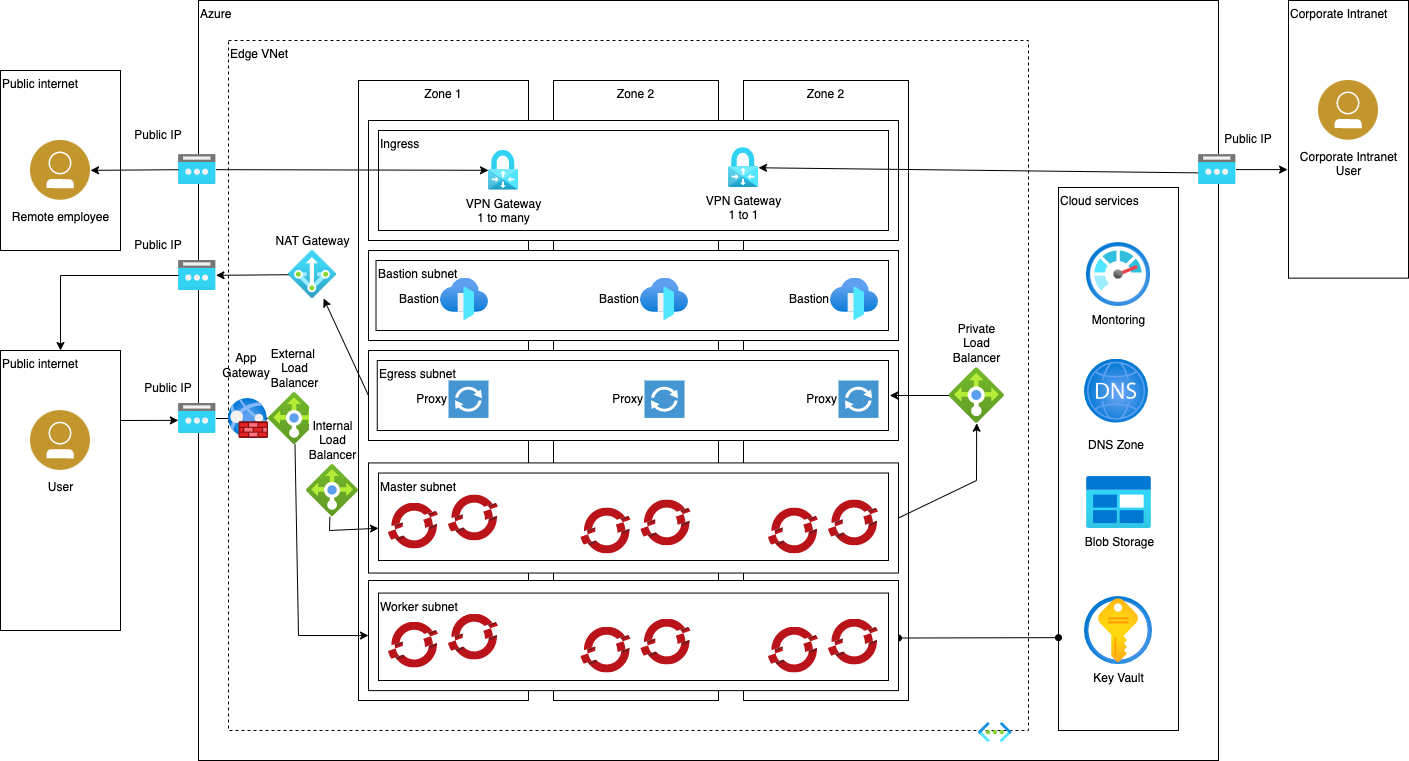
The draw.io diagram architectures/azure/azure-ref-arch-standard.png in cloud-native-toolkit/automation-solutions, before a commit. Source tidied: cells renumbered, new cells last; positions are measured from the earlier drawing's top-left corner, leaving out a move shared by most shapes.
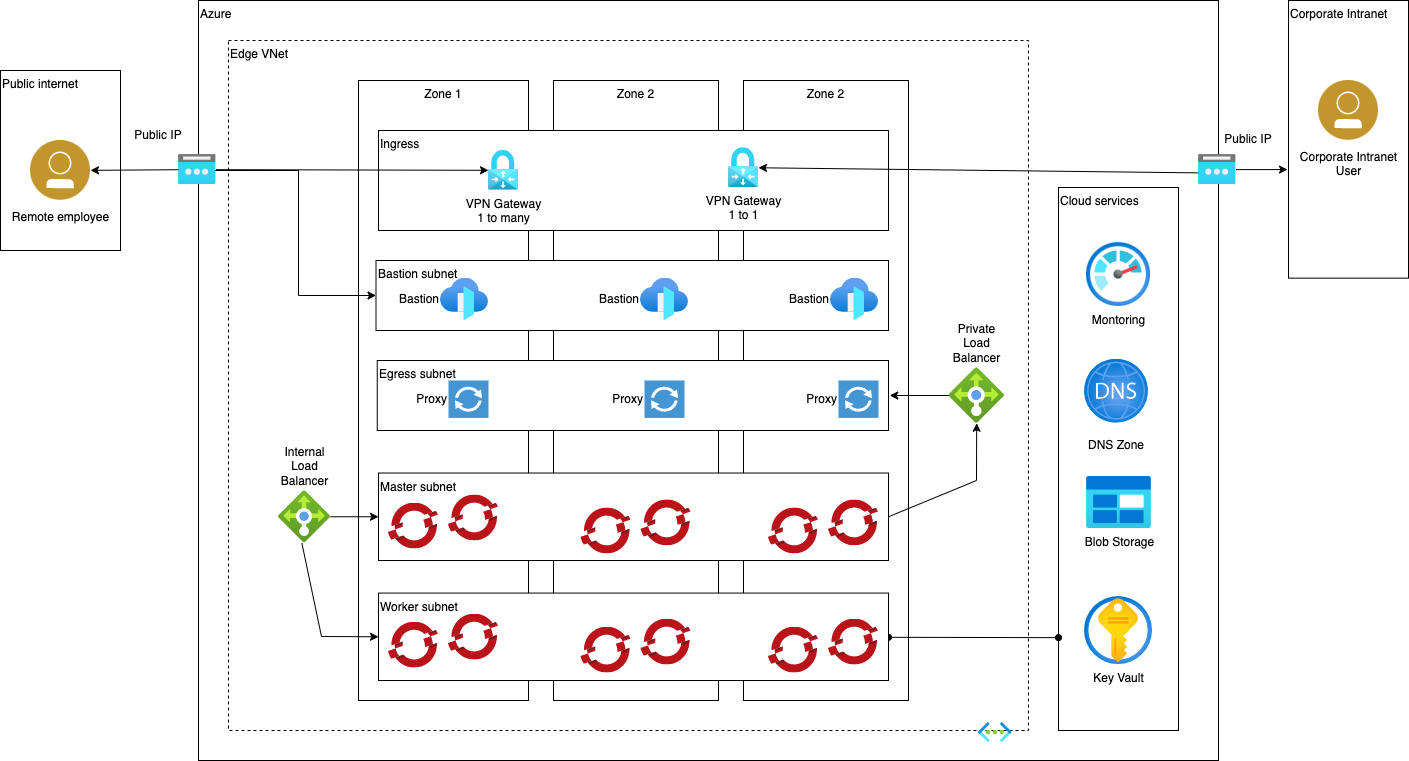
After the commit.

What changed in the source:
```diff
@@ -20,18 +20,12 @@
     <mxCell id="7" value="Zone 2" style="rounded=0;whiteSpace=wrap;html=1;align=center;verticalAlign=top;" parent="1" vertex="1">
       <mxGeometry x="743" y="80" width="165" height="620" as="geometry" />
     </mxCell>
-    <mxCell id="8" style="rounded=0;whiteSpace=wrap;html=1;align=left;verticalAlign=top;" parent="1" vertex="1">
-      <mxGeometry x="368" y="120" width="530" height="120" as="geometry" />
-    </mxCell>
     <mxCell id="9" value="Ingress" style="rounded=0;whiteSpace=wrap;html=1;align=left;verticalAlign=top;" parent="1" vertex="1">
       <mxGeometry x="378" y="130" width="510" height="100" as="geometry" />
     </mxCell>
     <mxCell id="10" value="VPN Gateway&lt;br&gt;1 to many" style="html=1;points=[];align=center;image;fontSize=12;image=img/lib/azure2/networking/Virtual_Network_Gateways.svg;labelPosition=center;verticalLabelPosition=bottom;verticalAlign=top;" parent="1" vertex="1">
       <mxGeometry x="488" y="149.9" width="30" height="39.8" as="geometry" />
     </mxCell>
-    <mxCell id="11" style="rounded=0;whiteSpace=wrap;html=1;align=left;verticalAlign=top;" parent="1" vertex="1">
-      <mxGeometry x="368" y="250" width="530" height="90" as="geometry" />
-    </mxCell>
     <mxCell id="12" value="Bastion subnet" style="rounded=0;whiteSpace=wrap;html=1;align=left;verticalAlign=top;" parent="1" vertex="1">
       <mxGeometry x="375.5" y="260" width="512.5" height="70" as="geometry" />
     </mxCell>
@@ -44,9 +38,6 @@
     <mxCell id="15" value="Bastion" style="html=1;align=right;image;fontSize=12;image=img/lib/azure2/networking/Front_Doors.svg;labelPosition=left;verticalLabelPosition=middle;verticalAlign=middle;" parent="1" vertex="1">
       <mxGeometry x="830" y="277.6" width="48" height="42.4" as="geometry" />
     </mxCell>
-    <mxCell id="16" style="rounded=0;whiteSpace=wrap;html=1;align=left;verticalAlign=top;" parent="1" vertex="1">
-      <mxGeometry x="368" y="350" width="530" height="90" as="geometry" />
-    </mxCell>
     <mxCell id="17" value="Egress subnet" style="rounded=0;whiteSpace=wrap;html=1;align=left;verticalAlign=top;" parent="1" vertex="1">
       <mxGeometry x="376.8" y="360" width="511.2" height="70" as="geometry" />
     </mxCell>
@@ -59,9 +50,6 @@
     <mxCell id="20" value="Proxy" style="shadow=0;dashed=0;html=1;strokeColor=none;fillColor=#4495D1;labelPosition=left;verticalLabelPosition=middle;verticalAlign=middle;align=right;shape=mxgraph.veeam.2d.proxy;" parent="1" vertex="1">
       <mxGeometry x="838" y="380" width="40" height="37.4" as="geometry" />
     </mxCell>
-    <mxCell id="21" style="rounded=0;whiteSpace=wrap;html=1;align=left;verticalAlign=top;" parent="1" vertex="1">
-      <mxGeometry x="368" y="462.4" width="530" height="110.1" as="geometry" />
-    </mxCell>
     <mxCell id="22" value="Master subnet" style="rounded=0;whiteSpace=wrap;html=1;align=left;verticalAlign=top;" parent="1" vertex="1">
       <mxGeometry x="378" y="472.5" width="510" height="87.5" as="geometry" />
     </mxCell>
@@ -95,11 +83,13 @@
     <mxCell id="32" value="Key Vault" style="html=1;align=center;image;fontSize=12;image=img/lib/azure2/security/Key_Vaults.svg;" parent="1" vertex="1">
       <mxGeometry x="1084" y="596" width="68" height="68" as="geometry" />
     </mxCell>
-    <mxCell id="33" value="NAT Gateway" style="html=1;points=[];align=center;image;fontSize=12;image=img/lib/azure2/networking/NAT.svg;labelPosition=center;verticalLabelPosition=top;verticalAlign=bottom;" parent="1" vertex="1">
-      <mxGeometry x="288" y="250" width="48" height="48" as="geometry" />
-    </mxCell>
-    <mxCell id="34" style="endArrow=classic;html=1;rounded=0;exitX=0;exitY=0.5;exitDx=0;exitDy=0;" parent="1" edge="1" source="16" target="33">
-      <mxGeometry relative="1" as="geometry" />
+    <mxCell id="34" style="endArrow=classic;html=1;rounded=0;exitX=0.8;exitY=0.53;exitDx=0;exitDy=0;entryX=0;entryY=0.5;entryDx=0;entryDy=0;exitPerimeter=0;" parent="1" edge="1" source="64" target="12">
+      <mxGeometry relative="1" as="geometry">
+        <Array as="points">
+          <mxPoint x="298" y="170" />
+          <mxPoint x="298" y="295" />
+        </Array>
+      </mxGeometry>
     </mxCell>
     <mxCell id="35" value="Public internet" style="rounded=0;whiteSpace=wrap;html=1;align=left;verticalAlign=top;" parent="1" vertex="1">
       <mxGeometry y="70" width="120" height="180" as="geometry" />
@@ -110,12 +100,6 @@
     <mxCell id="37" style="endArrow=classic;html=1;rounded=0;fontColor=#000000;startArrow=none;startFill=1;" parent="1" edge="1" source="64" target="10">
       <mxGeometry relative="1" as="geometry" />
     </mxCell>
-    <mxCell id="38" value="Public internet" style="rounded=0;whiteSpace=wrap;html=1;align=left;verticalAlign=top;" parent="1" vertex="1">
-      <mxGeometry y="350" width="120" height="280" as="geometry" />
-    </mxCell>
-    <mxCell id="39" value="User" style="perimeter=ellipsePerimeter;html=1;align=center;shadow=0;dashed=0;fontColor=#000000;labelBackgroundColor=#ffffff;fontSize=12;spacingTop=3;image;image=img/lib/ibm/users/user.svg;" parent="1" vertex="1">
-      <mxGeometry x="30" y="410" width="60" height="60" as="geometry" />
-    </mxCell>
     <mxCell id="40" value="VPN Gateway&lt;br&gt;1 to 1" style="html=1;points=[];align=center;image;fontSize=12;image=img/lib/azure2/networking/Virtual_Network_Gateways.svg;labelPosition=center;verticalLabelPosition=bottom;verticalAlign=top;" parent="1" vertex="1">
       <mxGeometry x="728" y="147.2" width="30" height="39.8" as="geometry" />
     </mxCell>
@@ -128,19 +112,6 @@
     <mxCell id="43" style="endArrow=classic;startArrow=none;html=1;rounded=0;fontColor=#000000;entryX=-0.008;entryY=0.609;entryDx=0;entryDy=0;entryPerimeter=0;" parent="1" edge="1" source="66" target="41">
       <mxGeometry relative="1" as="geometry" />
     </mxCell>
-    <mxCell id="44" value="External &lt;br&gt;Load&lt;br&gt;Balancer" style="html=1;points=[];align=center;image;fontSize=12;image=img/lib/azure2/networking/Load_Balancers.svg;fontColor=#000000;labelPosition=center;verticalLabelPosition=top;verticalAlign=bottom;" parent="1" vertex="1">
-      <mxGeometry x="268" y="392" width="52" height="52" as="geometry" />
-    </mxCell>
-    <mxCell id="45" style="endArrow=classic;html=1;rounded=0;fontColor=#000000;entryX=0;entryY=0.5;entryDx=0;entryDy=0;" parent="1" edge="1" source="44" target="51">
-      <mxGeometry relative="1" as="geometry">
-        <Array as="points">
-          <mxPoint x="298" y="635" />
-        </Array>
-      </mxGeometry>
-    </mxCell>
-    <mxCell id="46" style="endArrow=classic;html=1;rounded=0;fontColor=#000000;exitX=1;exitY=0.25;exitDx=0;exitDy=0;entryX=-0.004;entryY=0.562;entryDx=0;entryDy=0;entryPerimeter=0;" parent="1" edge="1" source="38" target="60">
-      <mxGeometry relative="1" as="geometry" />
-    </mxCell>
     <mxCell id="47" value="Private&lt;br&gt;Load&lt;br&gt;Balancer" style="html=1;points=[];align=center;image;fontSize=12;image=img/lib/azure2/networking/Load_Balancers.svg;fontColor=#000000;labelPosition=center;verticalLabelPosition=top;verticalAlign=bottom;" parent="1" vertex="1">
       <mxGeometry x="948.5" y="367.2" width="55.5" height="55.5" as="geometry" />
     </mxCell>
@@ -149,21 +120,16 @@
         <mxPoint x="889.2" y="395" as="targetPoint" />
       </mxGeometry>
     </mxCell>
-    <mxCell id="49" style="endArrow=classic;html=1;rounded=0;fontColor=#000000;exitX=1;exitY=0.5;exitDx=0;exitDy=0;" parent="1" edge="1" source="21" target="47">
+    <mxCell id="49" style="endArrow=classic;html=1;rounded=0;fontColor=#000000;exitX=1;exitY=0.5;exitDx=0;exitDy=0;" parent="1" edge="1" source="22" target="47">
       <mxGeometry relative="1" as="geometry">
         <Array as="points">
           <mxPoint x="976" y="480" />
         </Array>
       </mxGeometry>
     </mxCell>
-    <mxCell id="50" style="endArrow=oval;startArrow=oval;html=1;rounded=0;exitX=1;exitY=0.5;exitDx=0;exitDy=0;startFill=1;endFill=1;jumpStyle=arc;entryX=0;entryY=0.829;entryDx=0;entryDy=0;entryPerimeter=0;" parent="1" edge="1" target="29">
-      <mxGeometry relative="1" as="geometry">
-        <mxPoint x="898" y="637.5" as="sourcePoint" />
-      </mxGeometry>
+    <mxCell id="50" style="endArrow=oval;startArrow=oval;html=1;rounded=0;startFill=1;endFill=1;jumpStyle=arc;entryX=0;entryY=0.829;entryDx=0;entryDy=0;entryPerimeter=0;" parent="1" edge="1" source="52" target="29">
+      <mxGeometry relative="1" as="geometry" />
     </mxCell>
-    <mxCell id="51" style="rounded=0;whiteSpace=wrap;html=1;align=left;verticalAlign=top;" parent="1" vertex="1">
-      <mxGeometry x="368" y="580" width="530" height="110.1" as="geometry" />
-    </mxCell>
     <mxCell id="52" value="Worker subnet" style="rounded=0;whiteSpace=wrap;html=1;align=left;verticalAlign=top;" parent="1" vertex="1">
       <mxGeometry x="378" y="592.6" width="510" height="87.4" as="geometry" />
     </mxCell>
@@ -185,22 +151,16 @@
     <mxCell id="58" style="sketch=0;html=1;align=center;image;fontSize=12;image=img/lib/mscae/OpenShift.svg;" parent="1" vertex="1">
       <mxGeometry x="828" y="618.5" width="50" height="46" as="geometry" />
     </mxCell>
+    <mxCell id="78" style="edgeStyle=none;html=1;entryX=0;entryY=0.5;entryDx=0;entryDy=0;" parent="1" edge="1" source="59" target="22">
+      <mxGeometry relative="1" as="geometry" />
+    </mxCell>
     <mxCell id="59" value="&lt;br&gt;Internal&lt;br&gt;Load&lt;br&gt;Balancer" style="html=1;points=[];align=center;image;fontSize=12;image=img/lib/azure2/networking/Load_Balancers.svg;fontColor=#000000;labelPosition=center;verticalLabelPosition=top;verticalAlign=bottom;" parent="1" vertex="1">
-      <mxGeometry x="306" y="464" width="52" height="52" as="geometry" />
+      <mxGeometry x="278" y="490.3" width="52" height="52" as="geometry" />
     </mxCell>
-    <mxCell id="60" style="html=1;points=[];align=center;image;fontSize=12;image=img/lib/azure2/networking/Public_IP_Addresses.svg;" parent="1" vertex="1">
-      <mxGeometry x="178" y="403" width="37.5" height="30" as="geometry" />
-    </mxCell>
-    <mxCell id="61" style="endArrow=classic;html=1;rounded=0;fontColor=#000000;" parent="1" edge="1" source="60" target="44">
-      <mxGeometry relative="1" as="geometry" />
-    </mxCell>
-    <mxCell id="62" value="Public IP" style="text;html=1;strokeColor=none;fillColor=none;align=center;verticalAlign=middle;whiteSpace=wrap;rounded=0;" parent="1" vertex="1">
-      <mxGeometry x="138" y="373" width="60" height="30" as="geometry" />
-    </mxCell>
-    <mxCell id="63" style="endArrow=classic;html=1;rounded=0;fontColor=#000000;exitX=0.449;exitY=1.006;exitDx=0;exitDy=0;exitPerimeter=0;" parent="1" edge="1" source="59" target="22">
+    <mxCell id="63" style="endArrow=classic;html=1;rounded=0;fontColor=#000000;exitX=0.449;exitY=1.006;exitDx=0;exitDy=0;exitPerimeter=0;entryX=0;entryY=0.5;entryDx=0;entryDy=0;" parent="1" edge="1" source="59" target="52">
       <mxGeometry relative="1" as="geometry">
         <Array as="points">
-          <mxPoint x="329" y="530" />
+          <mxPoint x="321" y="636" />
         </Array>
       </mxGeometry>
     </mxCell>
@@ -216,39 +176,17 @@
     <mxCell id="67" style="endArrow=none;startArrow=classic;html=1;rounded=0;fontColor=#000000;entryX=-0.008;entryY=0.609;entryDx=0;entryDy=0;entryPerimeter=0;" parent="1" edge="1" source="40" target="66">
       <mxGeometry relative="1" as="geometry" />
     </mxCell>
-    <mxCell id="68" style="html=1;points=[];align=center;image;fontSize=12;image=img/lib/azure2/networking/Public_IP_Addresses.svg;" parent="1" vertex="1">
-      <mxGeometry x="178" y="260" width="37.5" height="30" as="geometry" />
-    </mxCell>
-    <mxCell id="69" style="endArrow=classic;html=1;rounded=0;" parent="1" edge="1" source="33" target="68">
-      <mxGeometry relative="1" as="geometry" />
-    </mxCell>
-    <mxCell id="70" style="endArrow=classic;html=1;rounded=0;" parent="1" edge="1" source="68" target="38">
-      <mxGeometry relative="1" as="geometry">
-        <Array as="points">
-          <mxPoint x="60" y="275" />
-        </Array>
-      </mxGeometry>
-    </mxCell>
     <mxCell id="71" style="html=1;align=center;image;fontSize=12;image=img/lib/azure2/networking/DNS_Zones.svg;glass=1;fontColor=#FF0000;gradientColor=none;" parent="1" vertex="1">
       <mxGeometry x="1084" y="358.8" width="64" height="64" as="geometry" />
     </mxCell>
     <mxCell id="72" value="&lt;font color=&quot;#000000&quot;&gt;DNS Zone&lt;/font&gt;" style="text;html=1;strokeColor=none;fillColor=none;align=center;verticalAlign=middle;whiteSpace=wrap;rounded=0;glass=1;fontColor=#FF0000;" parent="1" vertex="1">
       <mxGeometry x="1086" y="430" width="60" height="30" as="geometry" />
     </mxCell>
-    <mxCell id="73" style="html=1;align=center;image;fontSize=12;image=img/lib/azure2/networking/Web_Application_Firewall_Policies_WAF.svg;glass=1;fontColor=#000000;gradientColor=none;" parent="1" vertex="1">
-      <mxGeometry x="228" y="398" width="40" height="40" as="geometry" />
-    </mxCell>
-    <mxCell id="74" value="Public IP" style="text;html=1;strokeColor=none;fillColor=none;align=center;verticalAlign=middle;whiteSpace=wrap;rounded=0;" parent="1" vertex="1">
-      <mxGeometry x="128" y="230" width="60" height="30" as="geometry" />
-    </mxCell>
     <mxCell id="75" value="Public IP" style="text;html=1;strokeColor=none;fillColor=none;align=center;verticalAlign=middle;whiteSpace=wrap;rounded=0;" parent="1" vertex="1">
       <mxGeometry x="128" y="120" width="60" height="30" as="geometry" />
     </mxCell>
     <mxCell id="76" value="Public IP" style="text;html=1;strokeColor=none;fillColor=none;align=center;verticalAlign=middle;whiteSpace=wrap;rounded=0;" parent="1" vertex="1">
       <mxGeometry x="1218" y="124.1" width="60" height="30" as="geometry" />
     </mxCell>
-    <mxCell id="77" value="App Gateway" style="text;html=1;strokeColor=none;fillColor=none;align=center;verticalAlign=middle;whiteSpace=wrap;rounded=0;" parent="1" vertex="1">
-      <mxGeometry x="215.5" y="350" width="60" height="30" as="geometry" />
-    </mxCell>
   </root>
 </mxGraphModel>
```
